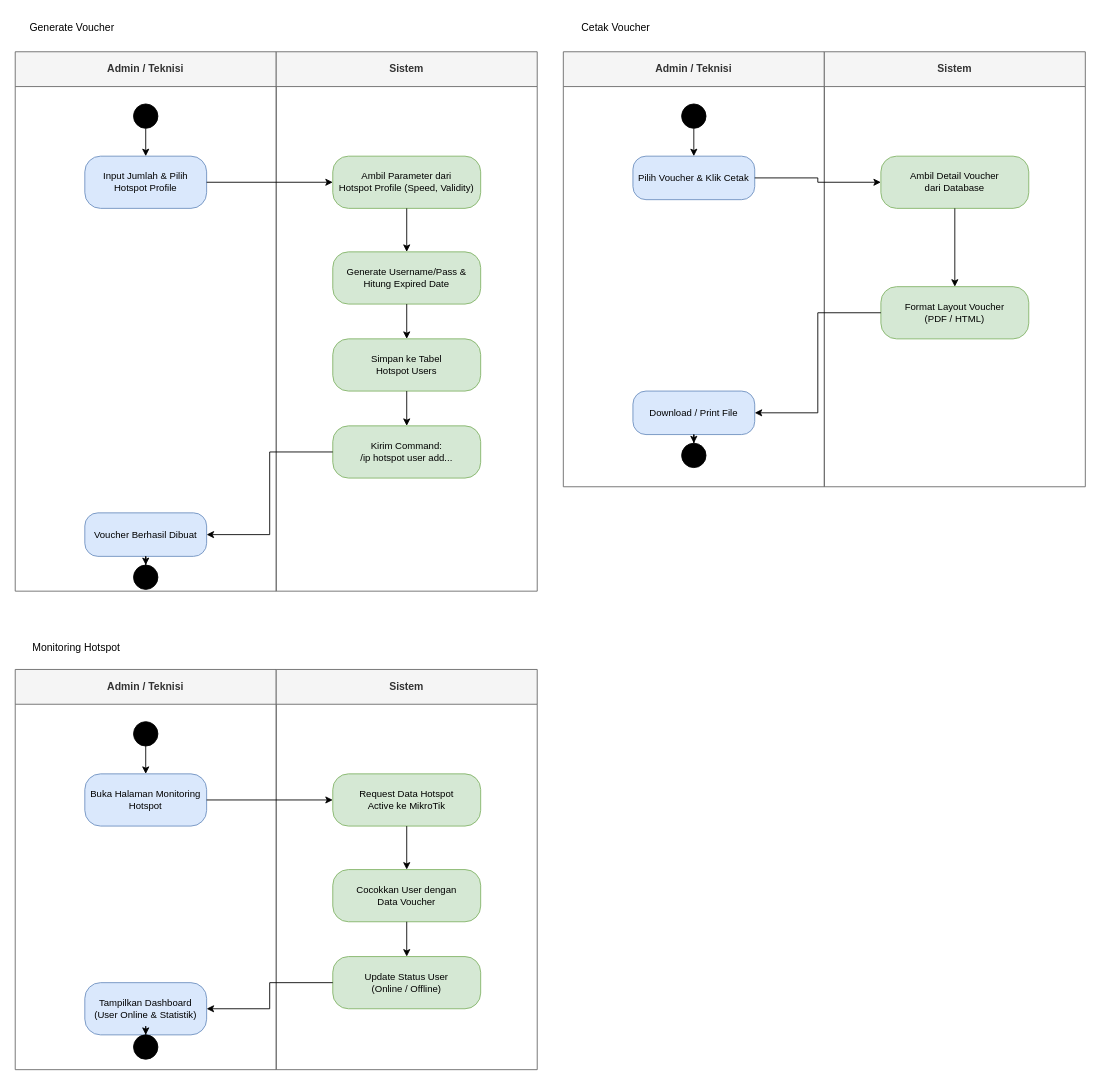
Before: diagram/activity/hotspot.drawio in quiqxiq/mikmongo, a draw.io diagram. Source tidied: cells renumbered, new cells numbered last; positions are measured from the earlier drawing's top-left corner, leaving out a move shared by most shapes. Both pictures are drawn from the tidied source at 87%, with x=0, y=0 at pixel (15, 15).
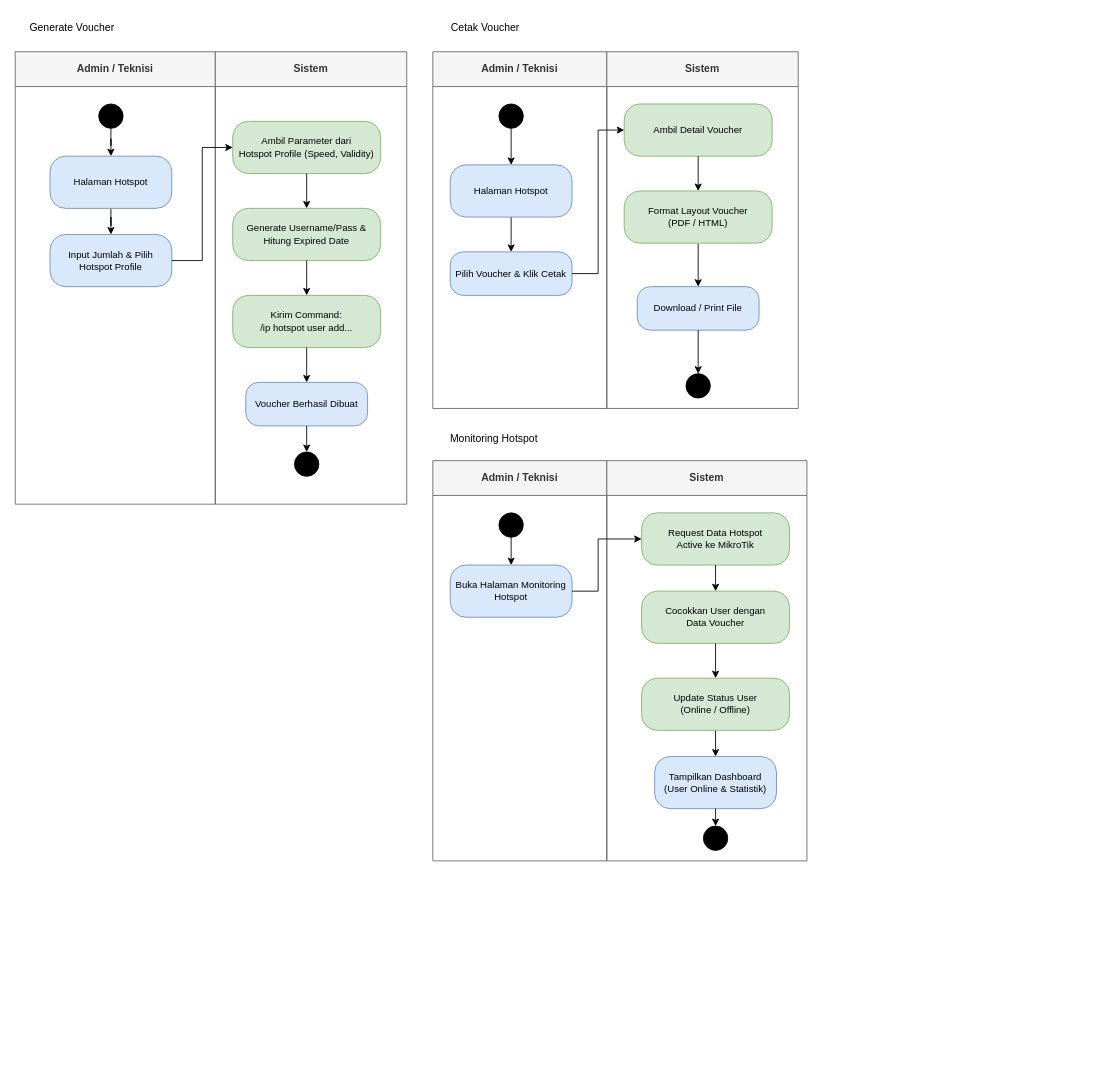
Above is the later version.

The edit, as a diff of the source:
```diff
@@
     <mxCell id="3" value="Admin / Teknisi" style="swimlane;whiteSpace=wrap;html=1;startSize=40;fillColor=#f5f5f5;fontColor=#333333;strokeColor=#666666;" parent="1" vertex="1">
-      <mxGeometry y="42" width="300" height="620" as="geometry" />
+      <mxGeometry y="42" width="230" height="520" as="geometry" />
     </mxCell>
+    <mxCell id="50" style="edgeStyle=orthogonalEdgeStyle;rounded=0;jettySize=auto;html=1;entryX=0.5;entryY=0;entryDx=0;entryDy=0;" parent="3" edge="1" source="4" target="52">
+      <mxGeometry relative="1" as="geometry" />
+    </mxCell>
     <mxCell id="4" style="ellipse;fillColor=#000000;strokeColor=#000000;" parent="3" vertex="1">
-      <mxGeometry x="136" y="60" width="28" height="28" as="geometry" />
+      <mxGeometry x="96" y="60" width="28" height="28" as="geometry" />
     </mxCell>
     <mxCell id="5" value="Input Jumlah &amp; Pilih&#10;Hotspot Profile" style="rounded=1;whiteSpace=wrap;html=1;fillColor=#dae8fc;strokeColor=#6c8ebf;fontSize=11;arcSize=30;" parent="3" vertex="1">
-      <mxGeometry x="80" y="120" width="140" height="60" as="geometry" />
+      <mxGeometry x="40" y="210" width="140" height="60" as="geometry" />
     </mxCell>
-    <mxCell id="6" value="Voucher Berhasil Dibuat" style="rounded=1;whiteSpace=wrap;html=1;fillColor=#dae8fc;strokeColor=#6c8ebf;fontSize=11;arcSize=30;" parent="3" vertex="1">
-      <mxGeometry x="80" y="530" width="140" height="50" as="geometry" />
-    </mxCell>
-    <mxCell id="7" style="shape=doubleEllipse;fillColor=#000000;strokeColor=#000000;" parent="3" vertex="1">
-      <mxGeometry x="136" y="590" width="28" height="28" as="geometry" />
-    </mxCell>
-    <mxCell id="8" style="edgeStyle=none;html=1;" parent="3" edge="1" source="4" target="5">
-      <mxGeometry relative="1" as="geometry" />
-    </mxCell>
-    <mxCell id="9" style="edgeStyle=orthogonalEdgeStyle;rounded=0;html=1;" parent="3" edge="1" source="6" target="7">
-      <mxGeometry relative="1" as="geometry" />
-    </mxCell>
+    <mxCell id="51" style="edgeStyle=orthogonalEdgeStyle;rounded=0;jettySize=auto;html=1;entryX=0.5;entryY=0;entryDx=0;entryDy=0;" parent="3" edge="1" source="52" target="5">
+      <mxGeometry relative="1" as="geometry" />
+    </mxCell>
+    <mxCell id="52" value="Halaman Hotspot" style="rounded=1;whiteSpace=wrap;html=1;fillColor=#dae8fc;strokeColor=#6c8ebf;fontSize=11;arcSize=30;" parent="3" vertex="1">
+      <mxGeometry x="40" y="120" width="140" height="60" as="geometry" />
+    </mxCell>
     <mxCell id="10" value="Sistem" style="swimlane;whiteSpace=wrap;html=1;startSize=40;fillColor=#f5f5f5;fontColor=#333333;strokeColor=#666666;" parent="1" vertex="1">
-      <mxGeometry x="300" y="42" width="300" height="620" as="geometry" />
+      <mxGeometry x="230" y="42" width="220" height="520" as="geometry" />
     </mxCell>
     <mxCell id="11" value="Ambil Parameter dari&#10;Hotspot Profile (Speed, Validity)" style="rounded=1;whiteSpace=wrap;html=1;fillColor=#d5e8d4;strokeColor=#82b366;fontSize=11;arcSize=30;" parent="10" vertex="1">
-      <mxGeometry x="65" y="120" width="170" height="60" as="geometry" />
+      <mxGeometry x="20" y="80" width="170" height="60" as="geometry" />
     </mxCell>
     <mxCell id="12" value="Generate Username/Pass &amp;&#10;Hitung Expired Date" style="rounded=1;whiteSpace=wrap;html=1;fillColor=#d5e8d4;strokeColor=#82b366;fontSize=11;arcSize=30;" parent="10" vertex="1">
-      <mxGeometry x="65" y="230" width="170" height="60" as="geometry" />
+      <mxGeometry x="20" y="180" width="170" height="60" as="geometry" />
     </mxCell>
-    <mxCell id="13" value="Simpan ke Tabel&#10;Hotspot Users" style="rounded=1;whiteSpace=wrap;html=1;fillColor=#d5e8d4;strokeColor=#82b366;fontSize=11;arcSize=30;" parent="10" vertex="1">
-      <mxGeometry x="65" y="330" width="170" height="60" as="geometry" />
-    </mxCell>
     <mxCell id="14" value="Kirim Command:&#10;/ip hotspot user add..." style="rounded=1;whiteSpace=wrap;html=1;fillColor=#d5e8d4;strokeColor=#82b366;fontSize=11;arcSize=30;" parent="10" vertex="1">
-      <mxGeometry x="65" y="430" width="170" height="60" as="geometry" />
+      <mxGeometry x="20" y="280" width="170" height="60" as="geometry" />
     </mxCell>
@@
-    <mxCell id="16" style="edgeStyle=orthogonalEdgeStyle;rounded=0;html=1;" parent="10" edge="1" source="12" target="13">
+    <mxCell id="16" style="edgeStyle=orthogonalEdgeStyle;rounded=0;html=1;entryX=0.5;entryY=0;entryDx=0;entryDy=0;" parent="10" edge="1" source="12" target="14">
       <mxGeometry relative="1" as="geometry" />
     </mxCell>
-    <mxCell id="17" style="edgeStyle=orthogonalEdgeStyle;rounded=0;html=1;" parent="10" edge="1" source="13" target="14">
-      <mxGeometry relative="1" as="geometry" />
-    </mxCell>
+    <mxCell id="6" value="Voucher Berhasil Dibuat" style="rounded=1;whiteSpace=wrap;html=1;fillColor=#dae8fc;strokeColor=#6c8ebf;fontSize=11;arcSize=30;" parent="10" vertex="1">
+      <mxGeometry x="35" y="380" width="140" height="50" as="geometry" />
+    </mxCell>
+    <mxCell id="19" style="rounded=0;html=1;exitX=0.5;exitY=1;exitDx=0;exitDy=0;entryX=0.5;entryY=0;entryDx=0;entryDy=0;" parent="10" edge="1" source="14" target="6">
+      <mxGeometry relative="1" as="geometry" />
+    </mxCell>
+    <mxCell id="7" style="shape=doubleEllipse;fillColor=#000000;strokeColor=#000000;" parent="10" vertex="1">
+      <mxGeometry x="91" y="460" width="28" height="28" as="geometry" />
+    </mxCell>
+    <mxCell id="9" style="edgeStyle=orthogonalEdgeStyle;rounded=0;html=1;entryX=0.5;entryY=0;entryDx=0;entryDy=0;" parent="10" edge="1" source="6" target="7">
+      <mxGeometry relative="1" as="geometry" />
+    </mxCell>
@@
-    <mxCell id="19" style="edgeStyle=orthogonalEdgeStyle;rounded=0;html=1;exitX=0;exitY=0.5;exitDx=0;exitDy=0;entryX=1;entryY=0.5;entryDx=0;entryDy=0;" parent="1" edge="1" source="14" target="6">
-      <mxGeometry relative="1" as="geometry" />
-    </mxCell>
     <mxCell id="20" value="Cetak Voucher" style="text;html=1;align=center;verticalAlign=middle;strokeColor=none;fillColor=none;" parent="1" vertex="1">
-      <mxGeometry x="640" width="100" height="30" as="geometry" />
+      <mxGeometry x="490" width="100" height="30" as="geometry" />
     </mxCell>
     <mxCell id="21" value="Admin / Teknisi" style="swimlane;whiteSpace=wrap;html=1;startSize=40;fillColor=#f5f5f5;fontColor=#333333;strokeColor=#666666;" parent="1" vertex="1">
-      <mxGeometry x="630" y="42" width="300" height="500" as="geometry" />
+      <mxGeometry x="480" y="42" width="200" height="410" as="geometry" />
     </mxCell>
+    <mxCell id="53" style="edgeStyle=orthogonalEdgeStyle;rounded=0;jettySize=auto;html=1;entryX=0.5;entryY=0;entryDx=0;entryDy=0;" parent="21" edge="1" source="22" target="55">
+      <mxGeometry relative="1" as="geometry" />
+    </mxCell>
     <mxCell id="22" style="ellipse;fillColor=#000000;strokeColor=#000000;" parent="21" vertex="1">
-      <mxGeometry x="136" y="60" width="28" height="28" as="geometry" />
+      <mxGeometry x="76" y="60" width="28" height="28" as="geometry" />
     </mxCell>
     <mxCell id="23" value="Pilih Voucher &amp; Klik Cetak" style="rounded=1;whiteSpace=wrap;html=1;fillColor=#dae8fc;strokeColor=#6c8ebf;fontSize=11;arcSize=30;" parent="21" vertex="1">
-      <mxGeometry x="80" y="120" width="140" height="50" as="geometry" />
+      <mxGeometry x="20" y="230" width="140" height="50" as="geometry" />
     </mxCell>
+    <mxCell id="54" style="edgeStyle=orthogonalEdgeStyle;rounded=0;jettySize=auto;html=1;entryX=0.5;entryY=0;entryDx=0;entryDy=0;" parent="21" edge="1" source="55" target="23">
+      <mxGeometry relative="1" as="geometry" />
+    </mxCell>
+    <mxCell id="55" value="Halaman Hotspot" style="rounded=1;whiteSpace=wrap;html=1;fillColor=#dae8fc;strokeColor=#6c8ebf;fontSize=11;arcSize=30;" parent="21" vertex="1">
+      <mxGeometry x="20" y="130" width="140" height="60" as="geometry" />
+    </mxCell>
+    <mxCell id="28" value="Sistem" style="swimlane;whiteSpace=wrap;html=1;startSize=40;fillColor=#f5f5f5;fontColor=#333333;strokeColor=#666666;" parent="1" vertex="1">
+      <mxGeometry x="680" y="42" width="220" height="410" as="geometry" />
+    </mxCell>
+    <mxCell id="29" value="Ambil Detail Voucher" style="rounded=1;whiteSpace=wrap;html=1;fillColor=#d5e8d4;strokeColor=#82b366;fontSize=11;arcSize=30;" parent="28" vertex="1">
+      <mxGeometry x="20" y="60" width="170" height="60" as="geometry" />
+    </mxCell>
+    <mxCell id="33" style="edgeStyle=none;html=1;entryX=0.5;entryY=0;entryDx=0;entryDy=0;" parent="28" edge="1" source="30" target="24">
+      <mxGeometry relative="1" as="geometry" />
+    </mxCell>
+    <mxCell id="30" value="Format Layout Voucher&#10;(PDF / HTML)" style="rounded=1;whiteSpace=wrap;html=1;fillColor=#d5e8d4;strokeColor=#82b366;fontSize=11;arcSize=30;" parent="28" vertex="1">
+      <mxGeometry x="20" y="160" width="170" height="60" as="geometry" />
+    </mxCell>
+    <mxCell id="31" style="edgeStyle=orthogonalEdgeStyle;rounded=0;html=1;" parent="28" edge="1" source="29" target="30">
+      <mxGeometry relative="1" as="geometry" />
+    </mxCell>
-    <mxCell id="24" value="Download / Print File" style="rounded=1;whiteSpace=wrap;html=1;fillColor=#dae8fc;strokeColor=#6c8ebf;fontSize=11;arcSize=30;" parent="21" vertex="1">
-      <mxGeometry x="80" y="390" width="140" height="50" as="geometry" />
+    <mxCell id="24" value="Download / Print File" style="rounded=1;whiteSpace=wrap;html=1;fillColor=#dae8fc;strokeColor=#6c8ebf;fontSize=11;arcSize=30;" parent="28" vertex="1">
+      <mxGeometry x="35" y="270" width="140" height="50" as="geometry" />
     </mxCell>
-    <mxCell id="25" style="shape=doubleEllipse;fillColor=#000000;strokeColor=#000000;" parent="21" vertex="1">
-      <mxGeometry x="136" y="450" width="28" height="28" as="geometry" />
+    <mxCell id="25" style="shape=doubleEllipse;fillColor=#000000;strokeColor=#000000;" parent="28" vertex="1">
+      <mxGeometry x="91" y="370" width="28" height="28" as="geometry" />
     </mxCell>
-    <mxCell id="26" style="edgeStyle=none;html=1;" parent="21" edge="1" source="22" target="23">
-      <mxGeometry relative="1" as="geometry" />
-    </mxCell>
-    <mxCell id="27" style="edgeStyle=orthogonalEdgeStyle;rounded=0;html=1;" parent="21" edge="1" source="24" target="25">
+    <mxCell id="27" style="edgeStyle=orthogonalEdgeStyle;rounded=0;html=1;" parent="28" edge="1" source="24" target="25">
       <mxGeometry relative="1" as="geometry" />
     </mxCell>
-    <mxCell id="28" value="Sistem" style="swimlane;whiteSpace=wrap;html=1;startSize=40;fillColor=#f5f5f5;fontColor=#333333;strokeColor=#666666;" parent="1" vertex="1">
-      <mxGeometry x="930" y="42" width="300" height="500" as="geometry" />
-    </mxCell>
-    <mxCell id="29" value="Ambil Detail Voucher&#10;dari Database" style="rounded=1;whiteSpace=wrap;html=1;fillColor=#d5e8d4;strokeColor=#82b366;fontSize=11;arcSize=30;" parent="28" vertex="1">
-      <mxGeometry x="65" y="120" width="170" height="60" as="geometry" />
-    </mxCell>
-    <mxCell id="30" value="Format Layout Voucher&#10;(PDF / HTML)" style="rounded=1;whiteSpace=wrap;html=1;fillColor=#d5e8d4;strokeColor=#82b366;fontSize=11;arcSize=30;" parent="28" vertex="1">
-      <mxGeometry x="65" y="270" width="170" height="60" as="geometry" />
-    </mxCell>
-    <mxCell id="31" style="edgeStyle=orthogonalEdgeStyle;rounded=0;html=1;" parent="28" edge="1" source="29" target="30">
-      <mxGeometry relative="1" as="geometry" />
-    </mxCell>
@@
-    <mxCell id="33" style="edgeStyle=orthogonalEdgeStyle;rounded=0;html=1;exitX=0;exitY=0.5;exitDx=0;exitDy=0;entryX=1;entryY=0.5;entryDx=0;entryDy=0;" parent="1" edge="1" source="30" target="24">
-      <mxGeometry relative="1" as="geometry" />
-    </mxCell>
     <mxCell id="34" value="Monitoring Hotspot" style="text;html=1;align=center;verticalAlign=middle;strokeColor=none;fillColor=none;" parent="1" vertex="1">
-      <mxGeometry y="712" width="140" height="30" as="geometry" />
+      <mxGeometry x="480" y="472" width="140" height="30" as="geometry" />
     </mxCell>
     <mxCell id="35" value="Admin / Teknisi" style="swimlane;whiteSpace=wrap;html=1;startSize=40;fillColor=#f5f5f5;fontColor=#333333;strokeColor=#666666;" parent="1" vertex="1">
-      <mxGeometry y="752" width="300" height="460" as="geometry" />
+      <mxGeometry x="480" y="512" width="200" height="460" as="geometry" />
     </mxCell>
     <mxCell id="36" style="ellipse;fillColor=#000000;strokeColor=#000000;" parent="35" vertex="1">
-      <mxGeometry x="136" y="60" width="28" height="28" as="geometry" />
+      <mxGeometry x="76" y="60" width="28" height="28" as="geometry" />
     </mxCell>
     <mxCell id="37" value="Buka Halaman Monitoring&#10;Hotspot" style="rounded=1;whiteSpace=wrap;html=1;fillColor=#dae8fc;strokeColor=#6c8ebf;fontSize=11;arcSize=30;" parent="35" vertex="1">
-      <mxGeometry x="80" y="120" width="140" height="60" as="geometry" />
+      <mxGeometry x="20" y="120" width="140" height="60" as="geometry" />
     </mxCell>
-    <mxCell id="38" value="Tampilkan Dashboard&#10;(User Online &amp; Statistik)" style="rounded=1;whiteSpace=wrap;html=1;fillColor=#dae8fc;strokeColor=#6c8ebf;fontSize=11;arcSize=30;" parent="35" vertex="1">
-      <mxGeometry x="80" y="360" width="140" height="60" as="geometry" />
-    </mxCell>
-    <mxCell id="39" style="shape=doubleEllipse;fillColor=#000000;strokeColor=#000000;" parent="35" vertex="1">
-      <mxGeometry x="136" y="420" width="28" height="28" as="geometry" />
-    </mxCell>
@@
-    <mxCell id="41" style="edgeStyle=orthogonalEdgeStyle;rounded=0;html=1;" parent="35" edge="1" source="38" target="39">
-      <mxGeometry relative="1" as="geometry" />
-    </mxCell>
     <mxCell id="42" value="Sistem" style="swimlane;whiteSpace=wrap;html=1;startSize=40;fillColor=#f5f5f5;fontColor=#333333;strokeColor=#666666;" parent="1" vertex="1">
-      <mxGeometry x="300" y="752" width="300" height="460" as="geometry" />
+      <mxGeometry x="680" y="512" width="230" height="460" as="geometry" />
     </mxCell>
     <mxCell id="43" value="Request Data Hotspot&#10;Active ke MikroTik" style="rounded=1;whiteSpace=wrap;html=1;fillColor=#d5e8d4;strokeColor=#82b366;fontSize=11;arcSize=30;" parent="42" vertex="1">
-      <mxGeometry x="65" y="120" width="170" height="60" as="geometry" />
+      <mxGeometry x="40" y="60" width="170" height="60" as="geometry" />
     </mxCell>
     <mxCell id="44" value="Cocokkan User dengan&#10;Data Voucher" style="rounded=1;whiteSpace=wrap;html=1;fillColor=#d5e8d4;strokeColor=#82b366;fontSize=11;arcSize=30;" parent="42" vertex="1">
-      <mxGeometry x="65" y="230" width="170" height="60" as="geometry" />
+      <mxGeometry x="40" y="150" width="170" height="60" as="geometry" />
     </mxCell>
+    <mxCell id="49" style="edgeStyle=none;html=1;" parent="42" edge="1" source="45" target="38">
+      <mxGeometry relative="1" as="geometry" />
+    </mxCell>
     <mxCell id="45" value="Update Status User&#10;(Online / Offline)" style="rounded=1;whiteSpace=wrap;html=1;fillColor=#d5e8d4;strokeColor=#82b366;fontSize=11;arcSize=30;" parent="42" vertex="1">
-      <mxGeometry x="65" y="330" width="170" height="60" as="geometry" />
+      <mxGeometry x="40" y="250" width="170" height="60" as="geometry" />
     </mxCell>
@@
+    <mxCell id="38" value="Tampilkan Dashboard&#10;(User Online &amp; Statistik)" style="rounded=1;whiteSpace=wrap;html=1;fillColor=#dae8fc;strokeColor=#6c8ebf;fontSize=11;arcSize=30;" parent="42" vertex="1">
+      <mxGeometry x="55" y="340" width="140" height="60" as="geometry" />
+    </mxCell>
+    <mxCell id="39" style="shape=doubleEllipse;fillColor=#000000;strokeColor=#000000;" parent="42" vertex="1">
+      <mxGeometry x="111" y="420" width="28" height="28" as="geometry" />
+    </mxCell>
+    <mxCell id="41" style="edgeStyle=orthogonalEdgeStyle;rounded=0;html=1;" parent="42" edge="1" source="38" target="39">
+      <mxGeometry relative="1" as="geometry" />
+    </mxCell>
     <mxCell id="48" style="edgeStyle=orthogonalEdgeStyle;rounded=0;html=1;exitX=1;exitY=0.5;exitDx=0;exitDy=0;entryX=0;entryY=0.5;entryDx=0;entryDy=0;" parent="1" edge="1" source="37" target="43">
-      <mxGeometry relative="1" as="geometry" />
+      <mxGeometry relative="1" as="geometry">
+        <Array as="points">
+          <mxPoint x="670" y="662" />
+          <mxPoint x="670" y="602" />
+        </Array>
+      </mxGeometry>
     </mxCell>
-    <mxCell id="49" style="edgeStyle=orthogonalEdgeStyle;rounded=0;html=1;exitX=0;exitY=0.5;exitDx=0;exitDy=0;entryX=1;entryY=0.5;entryDx=0;entryDy=0;" parent="1" edge="1" source="45" target="38">
-      <mxGeometry relative="1" as="geometry" />
-    </mxCell>
```
